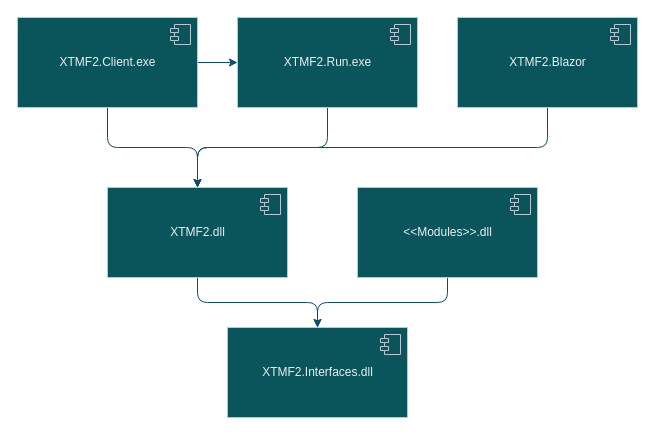
Earlier version of the draw.io diagram page "Component Overview" (2 of 4) of XTMF2Architecture.drawio (TravelModellingGroup/XTMF2). Source tidied: cells renumbered, new cells numbered last; positions are measured from the earlier drawing's top-left corner, leaving out a move shared by most shapes. Both pictures are drawn from the tidied source at 100%, with x=0, y=0 at pixel (17, 17).
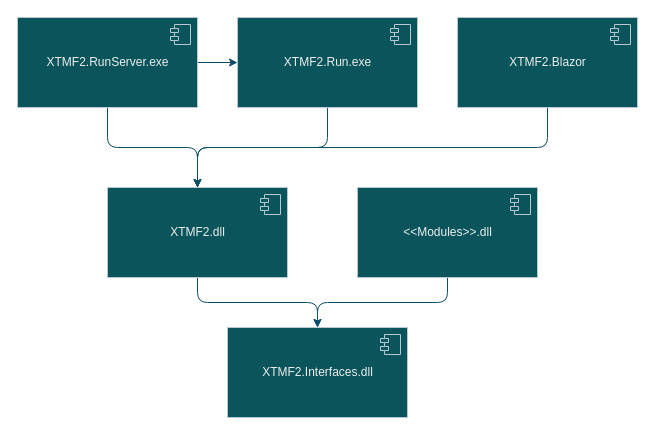
Above is the later version.

Change to the diagram source:
```diff
@@
-    <mxCell id="9" value="XTMF2.Client.exe" style="html=1;fillColor=#09555B;strokeColor=#BAC8D3;fontColor=#EEEEEE;" parent="1" vertex="1">
+    <mxCell id="9" value="XTMF2.RunServer.exe" style="html=1;fillColor=#09555B;strokeColor=#BAC8D3;fontColor=#EEEEEE;" parent="1" vertex="1">
       <mxGeometry width="180" height="90" as="geometry" />
     </mxCell>
```
